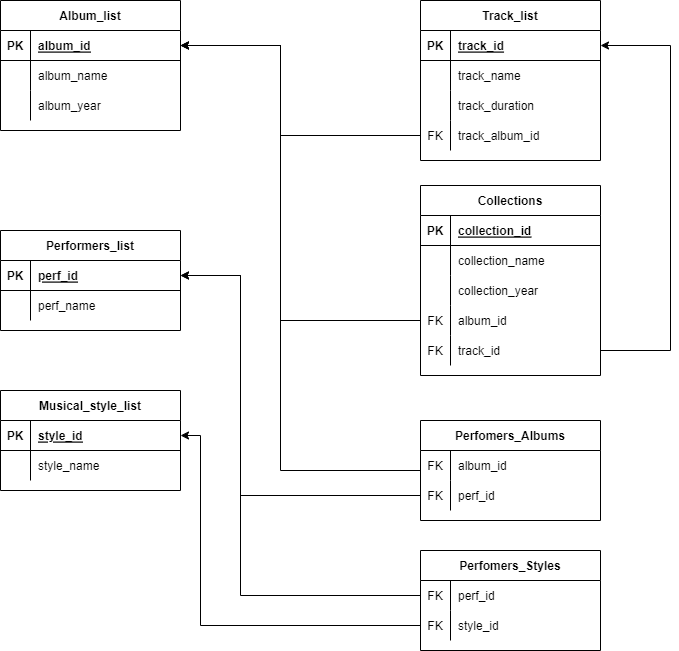
Before: HW1.png, a diagram exported from draw.io (WLeeto/SQL-request-HW). Source tidied: cells renumbered, new cells last; positions are measured from the earlier drawing's top-left corner, leaving out a move shared by most shapes.
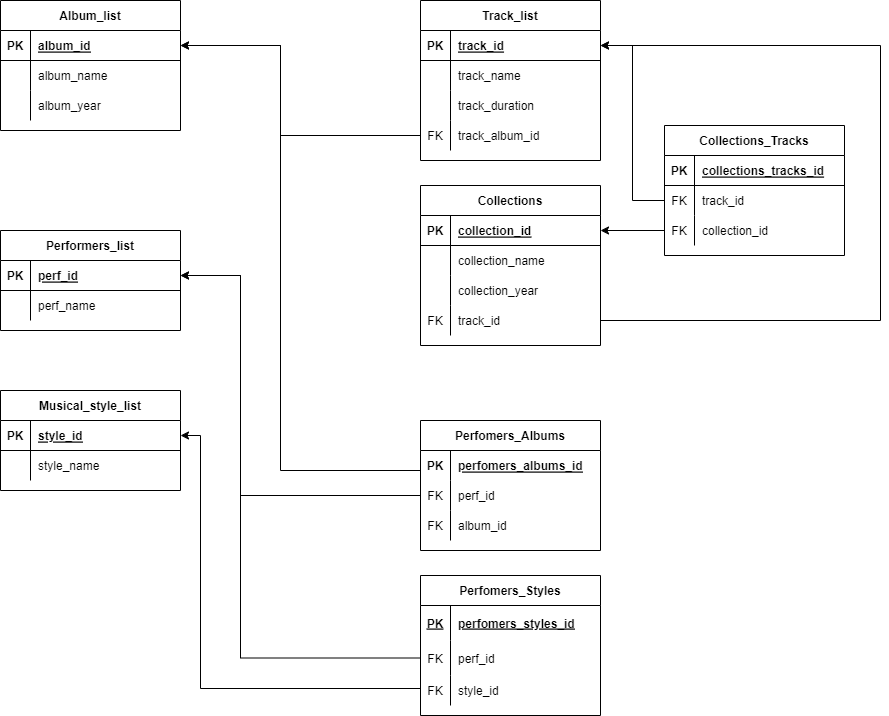
The same file after the commit.

Diff of the diagram source:
```diff
@@ -122,19 +122,28 @@
       <mxGeometry x="30" width="150" height="30" as="geometry" />
     </mxCell>
     <mxCell id="40" value="Perfomers_Styles" style="shape=table;startSize=30;rowLines=0;fontStyle=1;align=center;" parent="1" vertex="1">
-      <mxGeometry x="420" y="550" width="180" height="100" as="geometry" />
+      <mxGeometry x="420" y="575" width="180" height="140" as="geometry" />
     </mxCell>
     <mxCell id="41" style="shape=tableRow;horizontal=0;startSize=0;swimlaneHead=0;swimlaneBody=0;fillColor=none;points=[[0,0.5],[1,0.5]];portConstraint=eastwest;top=0;left=0;right=0;bottom=0;" parent="40" vertex="1">
-      <mxGeometry y="30" width="180" height="30" as="geometry" />
+      <mxGeometry y="30" width="180" height="35" as="geometry" />
     </mxCell>
-    <mxCell id="42" value="FK" style="shape=partialRectangle;fillColor=none;top=0;left=0;bottom=0;right=0;overflow=hidden;" parent="41" vertex="1">
-      <mxGeometry width="30" height="30" as="geometry" />
+    <mxCell id="42" value="PK" style="shape=partialRectangle;fillColor=none;top=0;left=0;bottom=0;right=0;overflow=hidden;fontStyle=5;" parent="41" vertex="1">
+      <mxGeometry width="30" height="35" as="geometry" />
     </mxCell>
-    <mxCell id="43" value="perf_id" style="shape=partialRectangle;fillColor=none;top=0;left=0;bottom=0;right=0;align=left;spacingLeft=6;overflow=hidden;" parent="41" vertex="1">
-      <mxGeometry x="30" width="150" height="30" as="geometry" />
+    <mxCell id="43" value="perfomers_styles_id" style="shape=partialRectangle;fillColor=none;top=0;left=0;bottom=0;right=0;align=left;spacingLeft=6;overflow=hidden;fontStyle=5;" parent="41" vertex="1">
+      <mxGeometry x="30" width="150" height="35" as="geometry" />
     </mxCell>
+    <mxCell id="76" style="shape=tableRow;horizontal=0;startSize=0;swimlaneHead=0;swimlaneBody=0;fillColor=none;points=[[0,0.5],[1,0.5]];portConstraint=eastwest;top=0;left=0;right=0;bottom=0;" parent="40" vertex="1">
+      <mxGeometry y="65" width="180" height="35" as="geometry" />
+    </mxCell>
+    <mxCell id="77" value="FK" style="shape=partialRectangle;fillColor=none;top=0;left=0;bottom=0;right=0;overflow=hidden;" parent="76" vertex="1">
+      <mxGeometry width="30" height="35" as="geometry" />
+    </mxCell>
+    <mxCell id="78" value="perf_id" style="shape=partialRectangle;fillColor=none;top=0;left=0;bottom=0;right=0;align=left;spacingLeft=6;overflow=hidden;" parent="76" vertex="1">
+      <mxGeometry x="30" width="150" height="35" as="geometry" />
+    </mxCell>
     <mxCell id="44" style="shape=tableRow;horizontal=0;startSize=0;swimlaneHead=0;swimlaneBody=0;fillColor=none;points=[[0,0.5],[1,0.5]];portConstraint=eastwest;top=0;left=0;right=0;bottom=0;" parent="40" vertex="1">
-      <mxGeometry y="60" width="180" height="30" as="geometry" />
+      <mxGeometry y="100" width="180" height="30" as="geometry" />
     </mxCell>
     <mxCell id="45" value="FK" style="shape=partialRectangle;fillColor=none;top=0;left=0;bottom=0;right=0;overflow=hidden;" parent="44" vertex="1">
       <mxGeometry width="30" height="30" as="geometry" />
@@ -151,15 +160,15 @@
       </mxGeometry>
     </mxCell>
     <mxCell id="48" value="Perfomers_Albums" style="shape=table;startSize=30;rowLines=0;fontStyle=1;align=center;" parent="1" vertex="1">
-      <mxGeometry x="420" y="420" width="180" height="100" as="geometry" />
+      <mxGeometry x="420" y="420" width="180" height="130" as="geometry" />
     </mxCell>
-    <mxCell id="49" style="shape=tableRow;horizontal=0;startSize=0;swimlaneHead=0;swimlaneBody=0;fillColor=none;top=0;left=0;right=0;bottom=0;" parent="48" vertex="1">
+    <mxCell id="49" style="shape=tableRow;horizontal=0;startSize=0;swimlaneHead=0;swimlaneBody=0;fillColor=none;top=0;left=0;right=0;bottom=0;fontStyle=1;" parent="48" vertex="1">
       <mxGeometry y="30" width="180" height="30" as="geometry" />
     </mxCell>
-    <mxCell id="50" value="FK" style="shape=partialRectangle;fillColor=none;top=0;left=0;bottom=0;right=0;overflow=hidden;" parent="49" vertex="1">
+    <mxCell id="50" value="PK" style="shape=partialRectangle;fillColor=none;top=0;left=0;bottom=0;right=0;overflow=hidden;fontStyle=1;" parent="49" vertex="1">
       <mxGeometry width="30" height="30" as="geometry" />
     </mxCell>
-    <mxCell id="51" value="album_id" style="shape=partialRectangle;fillColor=none;top=0;left=0;bottom=0;right=0;align=left;spacingLeft=6;overflow=hidden;" parent="49" vertex="1">
+    <mxCell id="51" value="perfomers_albums_id" style="shape=partialRectangle;fillColor=none;top=0;left=0;bottom=0;right=0;align=left;spacingLeft=6;overflow=hidden;fontStyle=5;" parent="49" vertex="1">
       <mxGeometry x="30" width="150" height="30" as="geometry" />
     </mxCell>
     <mxCell id="52" style="shape=tableRow;horizontal=0;startSize=0;swimlaneHead=0;swimlaneBody=0;fillColor=none;points=[[0,0.5],[1,0.5]];portConstraint=eastwest;top=0;left=0;right=0;bottom=0;" parent="48" vertex="1">
@@ -171,8 +180,17 @@
     <mxCell id="54" value="perf_id" style="shape=partialRectangle;fillColor=none;top=0;left=0;bottom=0;right=0;align=left;spacingLeft=6;overflow=hidden;" parent="52" vertex="1">
       <mxGeometry x="30" width="150" height="30" as="geometry" />
     </mxCell>
+    <mxCell id="79" style="shape=tableRow;horizontal=0;startSize=0;swimlaneHead=0;swimlaneBody=0;fillColor=none;top=0;left=0;right=0;bottom=0;" parent="48" vertex="1">
+      <mxGeometry y="90" width="180" height="30" as="geometry" />
+    </mxCell>
+    <mxCell id="80" value="FK" style="shape=partialRectangle;fillColor=none;top=0;left=0;bottom=0;right=0;overflow=hidden;" parent="79" vertex="1">
+      <mxGeometry width="30" height="30" as="geometry" />
+    </mxCell>
+    <mxCell id="67" value="album_id" style="shape=partialRectangle;fillColor=none;top=0;left=0;bottom=0;right=0;align=left;spacingLeft=6;overflow=hidden;" parent="79" vertex="1">
+      <mxGeometry x="30" width="150" height="30" as="geometry" />
+    </mxCell>
     <mxCell id="55" value="Collections" style="shape=table;startSize=30;rowLines=0;fontStyle=1;align=center;" parent="1" vertex="1">
-      <mxGeometry x="420" y="185" width="180" height="190" as="geometry" />
+      <mxGeometry x="420" y="185" width="180" height="160" as="geometry" />
     </mxCell>
     <mxCell id="56" style="shape=tableRow;horizontal=0;startSize=0;swimlaneHead=0;swimlaneBody=0;fillColor=none;points=[[0,0.5],[1,0.5]];portConstraint=eastwest;top=0;left=0;right=0;bottom=1;" parent="55" vertex="1">
       <mxGeometry y="30" width="180" height="30" as="geometry" />
@@ -201,17 +219,8 @@
     <mxCell id="64" value="collection_year" style="shape=partialRectangle;fillColor=none;top=0;left=0;bottom=0;right=0;align=left;spacingLeft=6;overflow=hidden;" parent="62" vertex="1">
       <mxGeometry x="30" width="150" height="30" as="geometry" />
     </mxCell>
-    <mxCell id="65" style="shape=tableRow;horizontal=0;startSize=0;swimlaneHead=0;swimlaneBody=0;fillColor=none;points=[[0,0.5],[1,0.5]];portConstraint=eastwest;top=0;left=0;right=0;bottom=0;" parent="55" vertex="1">
-      <mxGeometry y="120" width="180" height="30" as="geometry" />
-    </mxCell>
-    <mxCell id="66" value="FK" style="shape=partialRectangle;fillColor=none;top=0;left=0;bottom=0;right=0;overflow=hidden;" parent="65" vertex="1">
-      <mxGeometry width="30" height="30" as="geometry" />
-    </mxCell>
-    <mxCell id="67" value="album_id" style="shape=partialRectangle;fillColor=none;top=0;left=0;bottom=0;right=0;align=left;spacingLeft=6;overflow=hidden;" parent="65" vertex="1">
-      <mxGeometry x="30" width="150" height="30" as="geometry" />
-    </mxCell>
     <mxCell id="68" style="shape=tableRow;horizontal=0;startSize=0;swimlaneHead=0;swimlaneBody=0;fillColor=none;points=[[0,0.5],[1,0.5]];portConstraint=eastwest;top=0;left=0;right=0;bottom=0;" parent="55" vertex="1">
-      <mxGeometry y="150" width="180" height="30" as="geometry" />
+      <mxGeometry y="120" width="180" height="30" as="geometry" />
     </mxCell>
     <mxCell id="69" value="FK" style="shape=partialRectangle;fillColor=none;top=0;left=0;bottom=0;right=0;overflow=hidden;" parent="68" vertex="1">
       <mxGeometry width="30" height="30" as="geometry" />
@@ -219,26 +228,18 @@
     <mxCell id="70" value="track_id" style="shape=partialRectangle;fillColor=none;top=0;left=0;bottom=0;right=0;align=left;spacingLeft=6;overflow=hidden;" parent="68" vertex="1">
       <mxGeometry x="30" width="150" height="30" as="geometry" />
     </mxCell>
-    <mxCell id="71" style="edgeStyle=orthogonalEdgeStyle;rounded=0;jettySize=auto;html=1;entryX=1;entryY=0.5;entryDx=0;entryDy=0;" parent="1" edge="1" source="65" target="16">
-      <mxGeometry relative="1" as="geometry">
-        <Array as="points">
-          <mxPoint x="280" y="320" />
-          <mxPoint x="280" y="45" />
-        </Array>
-      </mxGeometry>
-    </mxCell>
     <mxCell id="72" style="edgeStyle=orthogonalEdgeStyle;rounded=0;jettySize=auto;html=1;entryX=1;entryY=0.5;entryDx=0;entryDy=0;" parent="1" edge="1" source="68" target="3">
       <mxGeometry relative="1" as="geometry">
         <Array as="points">
-          <mxPoint x="670" y="350" />
-          <mxPoint x="670" y="45" />
+          <mxPoint x="880" y="320" />
+          <mxPoint x="880" y="45" />
         </Array>
       </mxGeometry>
     </mxCell>
-    <mxCell id="73" style="edgeStyle=orthogonalEdgeStyle;rounded=0;jettySize=auto;html=1;entryX=1;entryY=0.5;entryDx=0;entryDy=0;" parent="1" edge="1" source="44" target="34">
+    <mxCell id="73" style="edgeStyle=orthogonalEdgeStyle;rounded=0;jettySize=auto;html=1;entryX=1;entryY=0.5;entryDx=0;entryDy=0;exitX=0;exitY=0.5;exitDx=0;exitDy=0;" parent="1" edge="1" source="76" target="34">
       <mxGeometry relative="1" as="geometry">
         <Array as="points">
-          <mxPoint x="200" y="625" />
+          <mxPoint x="200" y="688" />
           <mxPoint x="200" y="435" />
         </Array>
       </mxGeometry>
@@ -251,13 +252,49 @@
         </Array>
       </mxGeometry>
     </mxCell>
-    <mxCell id="75" style="edgeStyle=orthogonalEdgeStyle;rounded=0;jettySize=auto;html=1;entryX=1;entryY=0.5;entryDx=0;entryDy=0;" parent="1" edge="1" source="41" target="27">
-      <mxGeometry relative="1" as="geometry">
-        <Array as="points">
-          <mxPoint x="240" y="595" />
-          <mxPoint x="240" y="275" />
-        </Array>
-      </mxGeometry>
-    </mxCell>
+    <mxCell id="81" style="edgeStyle=orthogonalEdgeStyle;rounded=0;jettySize=auto;html=1;entryX=1;entryY=0.5;entryDx=0;entryDy=0;" parent="1" edge="1" source="76" target="27">
+      <mxGeometry relative="1" as="geometry">
+        <Array as="points">
+          <mxPoint x="240" y="658" />
+          <mxPoint x="240" y="275" />
+        </Array>
+      </mxGeometry>
+    </mxCell>
+    <mxCell id="82" value="Collections_Tracks" style="shape=table;startSize=30;rowLines=0;fontStyle=1;align=center;" parent="1" vertex="1">
+      <mxGeometry x="664" y="125" width="180" height="130" as="geometry" />
+    </mxCell>
+    <mxCell id="83" style="shape=tableRow;horizontal=0;startSize=0;swimlaneHead=0;swimlaneBody=0;fillColor=none;top=0;left=0;right=0;bottom=1;" parent="82" vertex="1">
+      <mxGeometry y="30" width="180" height="30" as="geometry" />
+    </mxCell>
+    <mxCell id="84" value="PK" style="shape=partialRectangle;fillColor=none;top=0;left=0;bottom=0;right=0;fontStyle=1;overflow=hidden;" parent="83" vertex="1">
+      <mxGeometry width="30" height="30" as="geometry" />
+    </mxCell>
+    <mxCell id="85" value="collections_tracks_id" style="shape=partialRectangle;fillColor=none;top=0;left=0;bottom=0;right=0;align=left;spacingLeft=6;fontStyle=5;overflow=hidden;" parent="83" vertex="1">
+      <mxGeometry x="30" width="150" height="30" as="geometry" />
+    </mxCell>
+    <mxCell id="86" style="shape=tableRow;horizontal=0;startSize=0;swimlaneHead=0;swimlaneBody=0;fillColor=none;points=[[0,0.5],[1,0.5]];portConstraint=eastwest;top=0;left=0;right=0;bottom=0;" parent="82" vertex="1">
+      <mxGeometry y="60" width="180" height="30" as="geometry" />
+    </mxCell>
+    <mxCell id="87" value="FK" style="shape=partialRectangle;fillColor=none;top=0;left=0;bottom=0;right=0;overflow=hidden;" parent="86" vertex="1">
+      <mxGeometry width="30" height="30" as="geometry" />
+    </mxCell>
+    <mxCell id="88" value="track_id" style="shape=partialRectangle;fillColor=none;top=0;left=0;bottom=0;right=0;align=left;spacingLeft=6;overflow=hidden;" parent="86" vertex="1">
+      <mxGeometry x="30" width="150" height="30" as="geometry" />
+    </mxCell>
+    <mxCell id="89" style="shape=tableRow;horizontal=0;startSize=0;swimlaneHead=0;swimlaneBody=0;fillColor=none;points=[[0,0.5],[1,0.5]];portConstraint=eastwest;top=0;left=0;right=0;bottom=0;" parent="82" vertex="1">
+      <mxGeometry y="90" width="180" height="30" as="geometry" />
+    </mxCell>
+    <mxCell id="90" value="FK" style="shape=partialRectangle;fillColor=none;top=0;left=0;bottom=0;right=0;overflow=hidden;" parent="89" vertex="1">
+      <mxGeometry width="30" height="30" as="geometry" />
+    </mxCell>
+    <mxCell id="91" value="collection_id" style="shape=partialRectangle;fillColor=none;top=0;left=0;bottom=0;right=0;align=left;spacingLeft=6;overflow=hidden;" parent="89" vertex="1">
+      <mxGeometry x="30" width="150" height="30" as="geometry" />
+    </mxCell>
+    <mxCell id="92" style="edgeStyle=orthogonalEdgeStyle;rounded=0;jettySize=auto;html=1;entryX=1;entryY=0.5;entryDx=0;entryDy=0;" parent="1" edge="1" source="86" target="3">
+      <mxGeometry relative="1" as="geometry" />
+    </mxCell>
+    <mxCell id="93" style="edgeStyle=orthogonalEdgeStyle;rounded=0;jettySize=auto;html=1;entryX=1;entryY=0.5;entryDx=0;entryDy=0;" parent="1" edge="1" source="89" target="56">
+      <mxGeometry relative="1" as="geometry" />
+    </mxCell>
   </root>
 </mxGraphModel>
```
